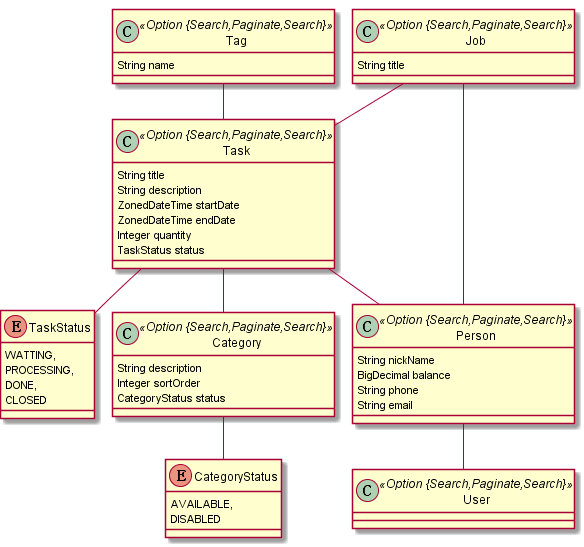
Earlier version of the PlantUML export models/task.png (lsfoo/share-task).
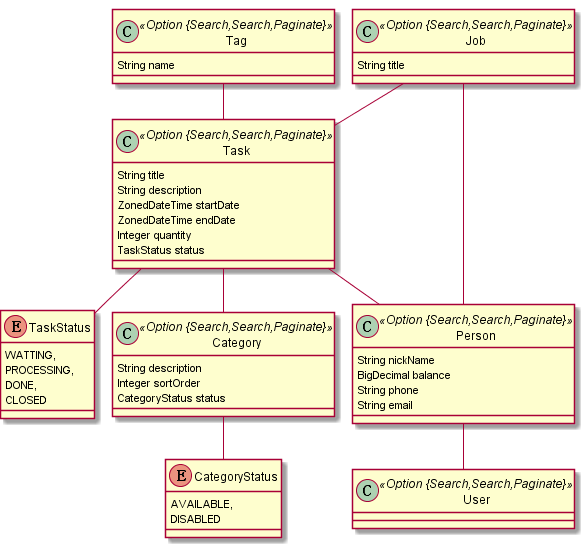
After the change.

Diff of the diagram source:
```diff
@@ -1,7 +1,7 @@
 @startuml
 	!pragma graphviz_dot jdot
 	!pragma syntax class
-	class Task <<Option {Search,Paginate,Search}>> {
+	class Task <<Option {Search,Search,Paginate}>> {
 		String title
 		String description
 		ZonedDateTime startDate
@@ -16,19 +16,19 @@
 		DONE,
 		CLOSED
 	}
-	class Job <<Option {Search,Paginate,Search}>> {
+	class Job <<Option {Search,Search,Paginate}>> {
 		String title
 	}
-	class Category <<Option {Search,Paginate,Search}>> {
+	class Category <<Option {Search,Search,Paginate}>> {
 		String description
 		Integer sortOrder
 		CategoryStatus status
 	}
 	Category ..> CategoryStatus
-	class Tag <<Option {Search,Paginate,Search}>> {
+	class Tag <<Option {Search,Search,Paginate}>> {
 		String name
 	}
-	class Person <<Option {Search,Paginate,Search}>> {
+	class Person <<Option {Search,Search,Paginate}>> {
 		String nickName
 		BigDecimal balance
 		String phone
@@ -44,6 +44,6 @@
 	Task  "category(description) 0..* " o-- "task 0..1 "  Category
 	Task  "Person(nickName) 0..* " o-- "task 0..1 "  Person
 	Tag  "task(title) 0..* " o--o "tag(name) 0..* "  Task
-	class User <<Option {Search,Paginate,Search}>> {
+	class User <<Option {Search,Search,Paginate}>> {
 	}
 @enduml
```
